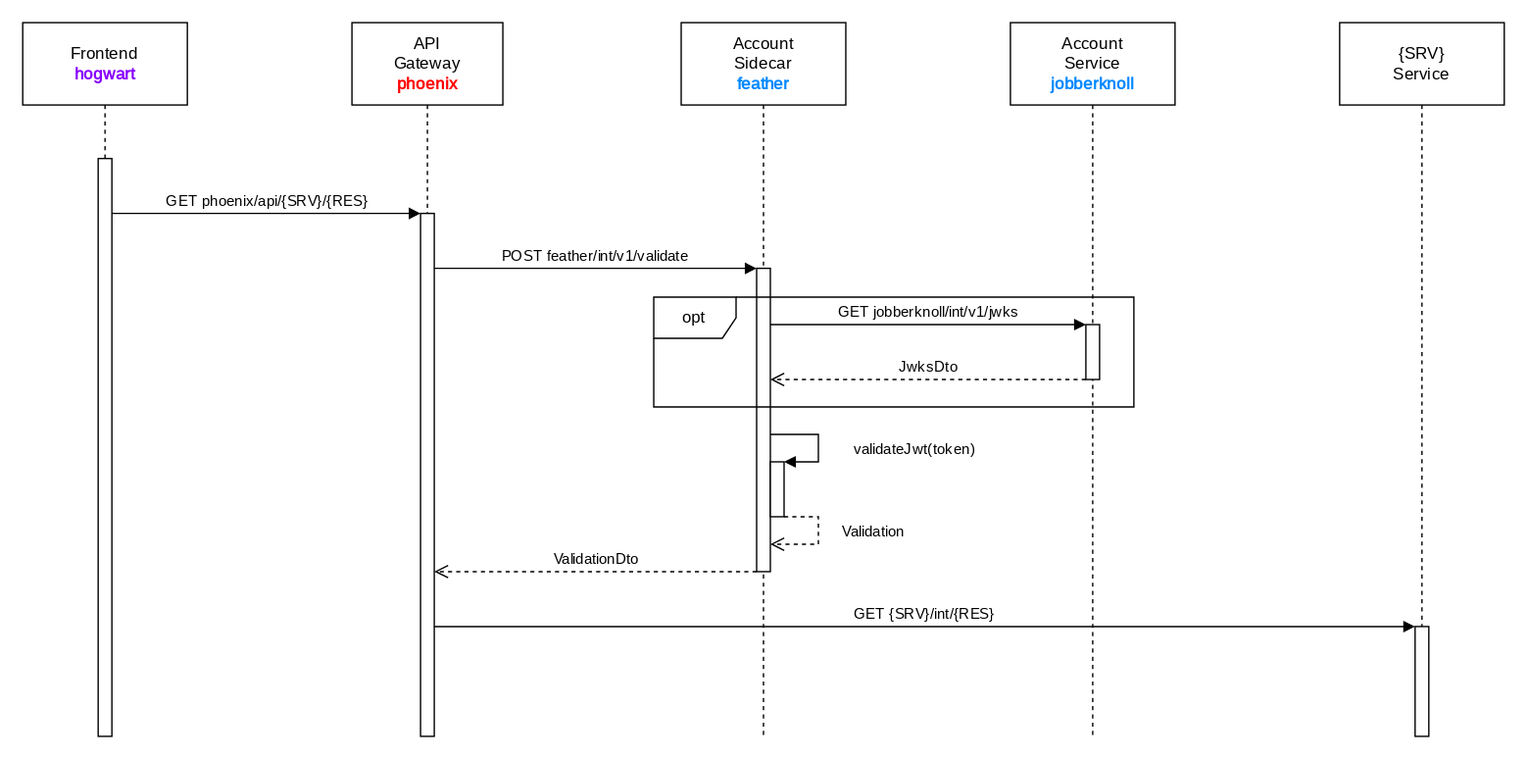
PWR-ACS-SE-24/SoftwareSystemDesign keeps this draw.io diagram as documentation/course/e2/images/sequence-diagram-mechanism-12.drawio.svg. Above is the earlier version. Source tidied: cells renumbered, new cells last; positions are measured from the earlier drawing's top-left corner, leaving out a move shared by most shapes.
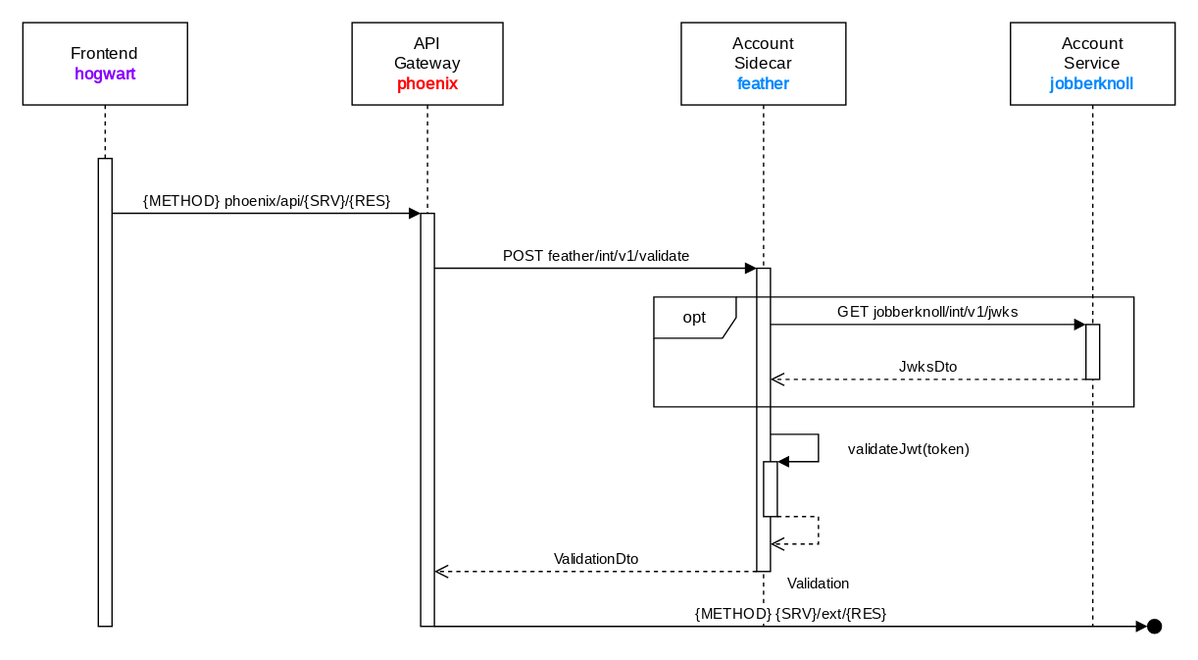
After the commit.

Commit message:
PR: E2 package diagram for Jobberknoll and Feather (#32)

Change to the diagram source:
```diff
@@ -3,16 +3,16 @@
     <mxCell id="0" />
     <mxCell id="1" parent="0" />
     <mxCell id="2" value="&lt;div&gt;Account&lt;/div&gt;&lt;div&gt;Service&lt;/div&gt;&lt;div&gt;&lt;font color=&quot;#0088ff&quot;&gt;&lt;b&gt;jobberknoll&lt;/b&gt;&lt;/font&gt;&lt;br&gt;&lt;/div&gt;" style="shape=umlLifeline;perimeter=lifelinePerimeter;whiteSpace=wrap;html=1;newEdgeStyle={&quot;curved&quot;:0,&quot;rounded&quot;:0};size=60;fontFamily=JetBrains Mono;fontSource=https%3A%2F%2Ffonts.googleapis.com%2Fcss%3Ffamily%3DJetBrains%2BMono;" parent="1" vertex="1">
-      <mxGeometry x="720" width="120" height="520" as="geometry" />
+      <mxGeometry x="720" width="120" height="440" as="geometry" />
     </mxCell>
     <mxCell id="3" value="&lt;div&gt;API&lt;/div&gt;&lt;div&gt;Gateway&lt;/div&gt;&lt;div&gt;&lt;b&gt;&lt;font color=&quot;#ff0000&quot;&gt;phoenix&lt;/font&gt;&lt;/b&gt;&lt;br&gt;&lt;/div&gt;" style="shape=umlLifeline;perimeter=lifelinePerimeter;whiteSpace=wrap;html=1;newEdgeStyle={&quot;curved&quot;:0,&quot;rounded&quot;:0};size=60;fontFamily=JetBrains Mono;fontSource=https%3A%2F%2Ffonts.googleapis.com%2Fcss%3Ffamily%3DJetBrains%2BMono;" parent="1" vertex="1">
-      <mxGeometry x="240" width="110" height="520" as="geometry" />
+      <mxGeometry x="240" width="110" height="440" as="geometry" />
     </mxCell>
     <mxCell id="4" style="html=1;points=[[0,0,0,0,5],[0,1,0,0,-5],[1,0,0,0,5],[1,1,0,0,-5]];perimeter=orthogonalPerimeter;outlineConnect=0;targetShapes=umlLifeline;portConstraint=eastwest;newEdgeStyle={&quot;curved&quot;:0,&quot;rounded&quot;:0};fontFamily=JetBrains Mono;fontSource=https%3A%2F%2Ffonts.googleapis.com%2Fcss%3Ffamily%3DJetBrains%2BMono;" parent="3" vertex="1">
-      <mxGeometry x="50" y="139" width="10" height="381" as="geometry" />
+      <mxGeometry x="50" y="139" width="10" height="301" as="geometry" />
     </mxCell>
     <mxCell id="5" value="&lt;div&gt;Account&lt;/div&gt;&lt;div&gt;Sidecar&lt;br&gt;&lt;/div&gt;&lt;div&gt;&lt;b&gt;&lt;font color=&quot;#0088ff&quot;&gt;feather&lt;/font&gt;&lt;/b&gt;&lt;br&gt;&lt;/div&gt;" style="shape=umlLifeline;perimeter=lifelinePerimeter;whiteSpace=wrap;html=1;newEdgeStyle={&quot;curved&quot;:0,&quot;rounded&quot;:0};size=60;fontFamily=JetBrains Mono;fontSource=https%3A%2F%2Ffonts.googleapis.com%2Fcss%3Ffamily%3DJetBrains%2BMono;" parent="1" vertex="1">
-      <mxGeometry x="480" width="120" height="520" as="geometry" />
+      <mxGeometry x="480" width="120" height="440" as="geometry" />
     </mxCell>
     <mxCell id="6" style="html=1;points=[[0,0,0,0,5],[0,1,0,0,-5],[1,0,0,0,5],[1,1,0,0,-5]];perimeter=orthogonalPerimeter;outlineConnect=0;targetShapes=umlLifeline;portConstraint=eastwest;newEdgeStyle={&quot;curved&quot;:0,&quot;rounded&quot;:0};fontFamily=JetBrains Mono;fontSource=https%3A%2F%2Ffonts.googleapis.com%2Fcss%3Ffamily%3DJetBrains%2BMono;" parent="5" vertex="1">
       <mxGeometry x="55" y="179" width="10" height="221" as="geometry" />
@@ -50,7 +50,7 @@
       </mxGeometry>
     </mxCell>
     <mxCell id="12" style="html=1;points=[[0,0,0,0,5],[0,1,0,0,-5],[1,0,0,0,5],[1,1,0,0,-5]];perimeter=orthogonalPerimeter;outlineConnect=0;targetShapes=umlLifeline;portConstraint=eastwest;newEdgeStyle={&quot;curved&quot;:0,&quot;rounded&quot;:0};fontFamily=JetBrains Mono;fontSource=https%3A%2F%2Ffonts.googleapis.com%2Fcss%3Ffamily%3DJetBrains%2BMono;" parent="5" vertex="1">
-      <mxGeometry x="65" y="320" width="10" height="40" as="geometry" />
+      <mxGeometry x="60" y="320" width="10" height="40" as="geometry" />
     </mxCell>
     <mxCell id="13" value="Validation" style="html=1;verticalAlign=bottom;endArrow=open;dashed=1;endSize=8;curved=0;rounded=0;fontFamily=JetBrains Mono;fontSource=https%3A%2F%2Ffonts.googleapis.com%2Fcss%3Ffamily%3DJetBrains%2BMono;" parent="5" edge="1" source="12" target="6">
       <mxGeometry x="0.12" y="-40" relative="1" as="geometry">
@@ -61,7 +61,7 @@
         <mxPoint x="40" y="40" as="offset" />
       </mxGeometry>
     </mxCell>
-    <mxCell id="14" value="&lt;font style=&quot;font-size: 11px;&quot;&gt;GET phoenix/api/{SRV}/{RES}&lt;/font&gt;" style="html=1;verticalAlign=bottom;endArrow=block;curved=0;rounded=0;fontFamily=JetBrains Mono;fontSource=https%3A%2F%2Ffonts.googleapis.com%2Fcss%3Ffamily%3DJetBrains%2BMono;" parent="1" edge="1" source="17" target="4">
+    <mxCell id="14" value="&lt;font style=&quot;font-size: 11px;&quot;&gt;{METHOD} phoenix/api/{SRV}/{RES}&lt;/font&gt;" style="html=1;verticalAlign=bottom;endArrow=block;curved=0;rounded=0;fontFamily=JetBrains Mono;fontSource=https%3A%2F%2Ffonts.googleapis.com%2Fcss%3Ffamily%3DJetBrains%2BMono;" parent="1" edge="1" source="17" target="4">
       <mxGeometry relative="1" as="geometry">
         <Array as="points">
           <mxPoint x="180" y="139" />
@@ -76,18 +76,12 @@
       </mxGeometry>
     </mxCell>
     <mxCell id="16" value="&lt;div&gt;Frontend&lt;/div&gt;&lt;div&gt;&lt;b&gt;&lt;font color=&quot;#8800ff&quot;&gt;hogwart&lt;/font&gt;&lt;/b&gt;&lt;br&gt;&lt;/div&gt;" style="shape=umlLifeline;perimeter=lifelinePerimeter;whiteSpace=wrap;html=1;newEdgeStyle={&quot;curved&quot;:0,&quot;rounded&quot;:0};size=60;fontFamily=JetBrains Mono;fontSource=https%3A%2F%2Ffonts.googleapis.com%2Fcss%3Ffamily%3DJetBrains%2BMono;" parent="1" vertex="1">
-      <mxGeometry width="120" height="520" as="geometry" />
+      <mxGeometry width="120" height="440" as="geometry" />
     </mxCell>
     <mxCell id="17" style="html=1;points=[[0,0,0,0,5],[0,1,0,0,-5],[1,0,0,0,5],[1,1,0,0,-5]];perimeter=orthogonalPerimeter;outlineConnect=0;targetShapes=umlLifeline;portConstraint=eastwest;newEdgeStyle={&quot;curved&quot;:0,&quot;rounded&quot;:0};fontFamily=JetBrains Mono;fontSource=https%3A%2F%2Ffonts.googleapis.com%2Fcss%3Ffamily%3DJetBrains%2BMono;" parent="16" vertex="1">
-      <mxGeometry x="55" y="99" width="10" height="421" as="geometry" />
+      <mxGeometry x="55" y="99" width="10" height="341" as="geometry" />
     </mxCell>
-    <mxCell id="18" value="&lt;div&gt;{SRV}&lt;/div&gt;&lt;div&gt;Service&lt;br&gt;&lt;/div&gt;" style="shape=umlLifeline;perimeter=lifelinePerimeter;whiteSpace=wrap;html=1;newEdgeStyle={&quot;curved&quot;:0,&quot;rounded&quot;:0};size=60;fontFamily=JetBrains Mono;fontSource=https%3A%2F%2Ffonts.googleapis.com%2Fcss%3Ffamily%3DJetBrains%2BMono;" parent="1" vertex="1">
-      <mxGeometry x="960" width="120" height="520" as="geometry" />
-    </mxCell>
-    <mxCell id="19" style="html=1;points=[[0,0,0,0,5],[0,1,0,0,-5],[1,0,0,0,5],[1,1,0,0,-5]];perimeter=orthogonalPerimeter;outlineConnect=0;targetShapes=umlLifeline;portConstraint=eastwest;newEdgeStyle={&quot;curved&quot;:0,&quot;rounded&quot;:0};fontFamily=JetBrains Mono;fontSource=https%3A%2F%2Ffonts.googleapis.com%2Fcss%3Ffamily%3DJetBrains%2BMono;" parent="18" vertex="1">
-      <mxGeometry x="55" y="440" width="10" height="80" as="geometry" />
-    </mxCell>
-    <mxCell id="20" value="&lt;font&gt;GET {SRV}/int/{RES}&lt;br&gt;&lt;/font&gt;" style="html=1;verticalAlign=bottom;endArrow=block;curved=0;rounded=0;fontFamily=JetBrains Mono;fontSource=https%3A%2F%2Ffonts.googleapis.com%2Fcss%3Ffamily%3DJetBrains%2BMono;" parent="1" edge="1" source="4" target="19">
+    <mxCell id="20" value="&lt;font&gt;{METHOD} {SRV}/ext/{RES}&lt;br&gt;&lt;/font&gt;" style="html=1;verticalAlign=bottom;endArrow=block;curved=0;rounded=0;fontFamily=JetBrains Mono;fontSource=https%3A%2F%2Ffonts.googleapis.com%2Fcss%3Ffamily%3DJetBrains%2BMono;" parent="1" edge="1" source="4" target="22">
       <mxGeometry relative="1" as="geometry">
         <Array as="points">
           <mxPoint x="665" y="440" />
@@ -101,5 +95,8 @@
         </Array>
       </mxGeometry>
     </mxCell>
+    <mxCell id="22" style="ellipse;html=1;fillColor=strokeColor;" parent="1" vertex="1">
+      <mxGeometry x="820" y="435" width="10" height="10" as="geometry" />
+    </mxCell>
   </root>
 </mxGraphModel>
```
